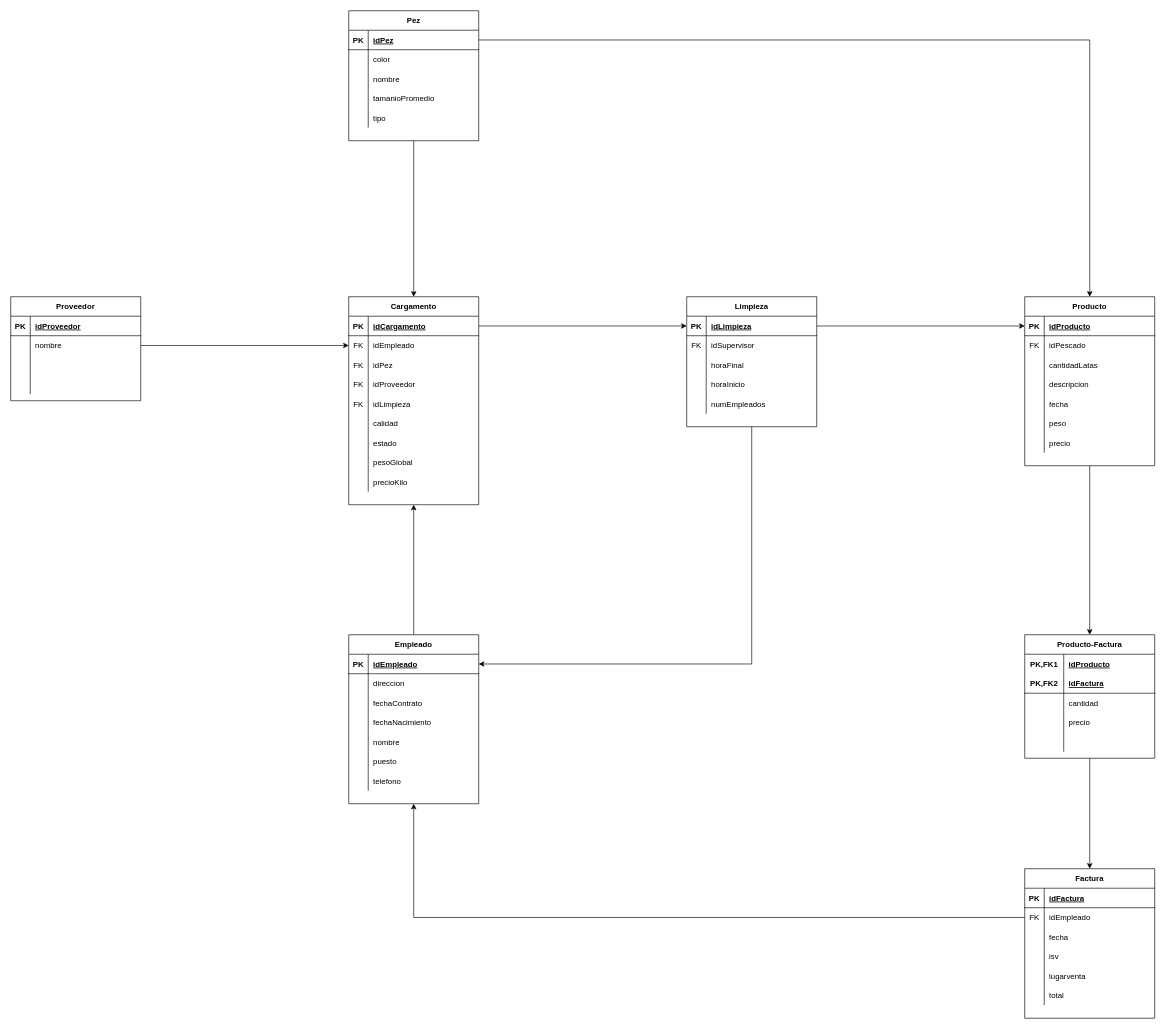
iamchapita/Bodega-Empresa-Pesquera keeps this draw.io diagram as DiagramaProyecto1(Pesquera)/DiagramaProyecto1(Pesquera)R.drawio. Above is the earlier version. Source tidied: cells renumbered, new cells numbered last; positions are measured from the earlier drawing's top-left corner, leaving out a move shared by most shapes. Both pictures are drawn from the tidied source at 65%, with x=0, y=0 at pixel (10, 10).
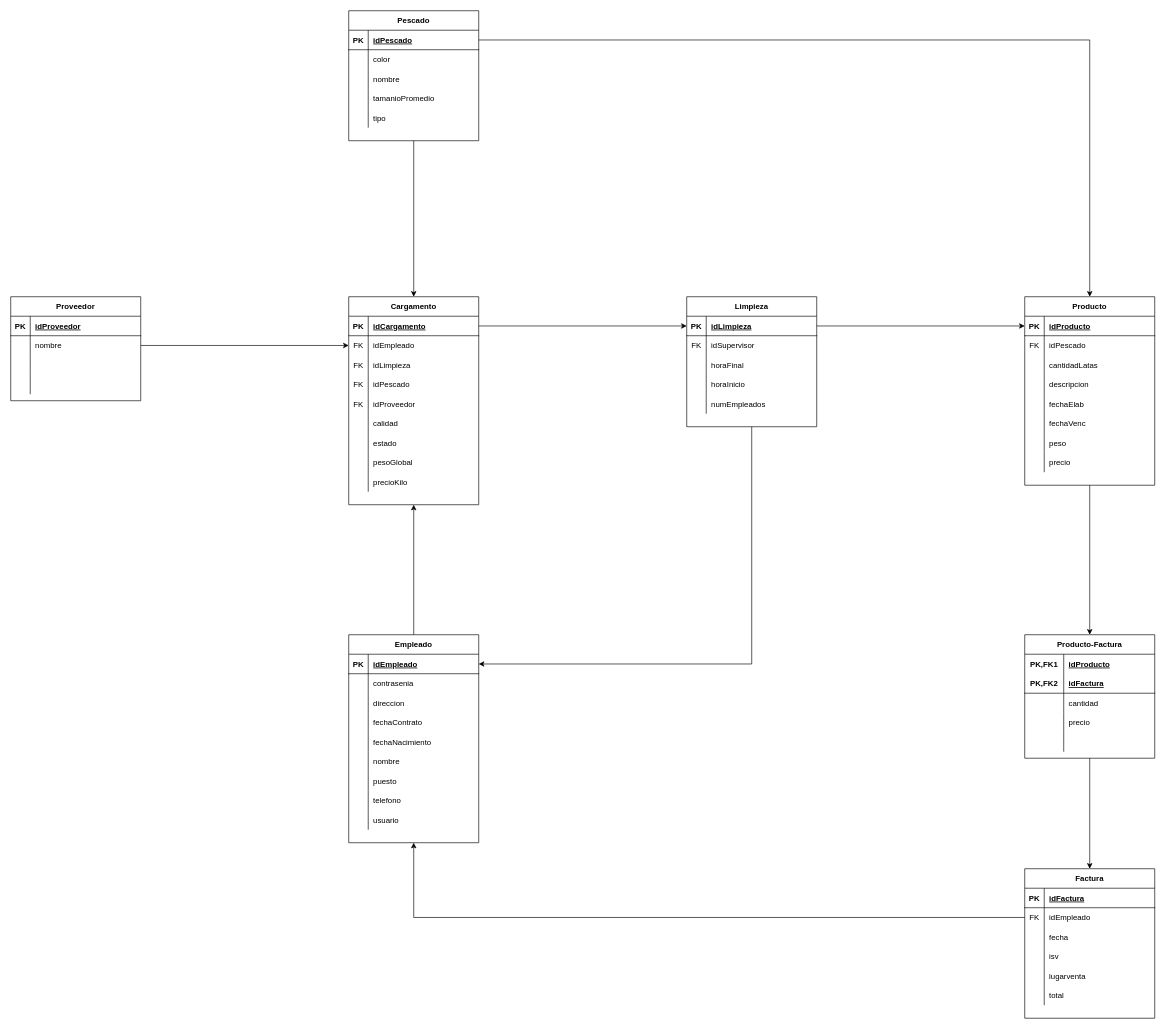
The same diagram, later.

The change refers to these unchanged cells:
```xml
<mxCell id="15" value="Cargamento" style="shape=table;startSize=30;childLayout=tableLayout;rowLines=0;fontStyle=1;align=center;" parent="1" vertex="1">
  <mxGeometry x="520" y="440" width="200" height="320" as="geometry" />
</mxCell>
<mxCell id="46" style="shape=partialRectangle;fillColor=none;top=0;left=0;bottom=1;right=0;points=[[0,0.5],[1,0.5]];portConstraint=eastwest;" parent="45" vertex="1">
  <mxGeometry y="30" width="200" height="30" as="geometry" />
</mxCell>
<mxCell id="66" style="shape=partialRectangle;fillColor=none;top=0;left=0;bottom=0;right=0;" parent="62" vertex="1">
  <mxGeometry y="60" width="200" height="30" as="geometry" />
</mxCell>
<mxCell id="116" style="shape=partialRectangle;fillColor=none;top=0;left=0;bottom=0;right=0;" parent="103" vertex="1">
  <mxGeometry y="150" width="200" height="30" as="geometry" />
</mxCell>
```

Diff of the diagram source:
```diff
@@
+    <mxCell id="28" style="shape=partialRectangle;fillColor=none;top=0;left=0;bottom=0;right=0;" parent="15" vertex="1">
+      <mxGeometry y="90" width="200" height="30" as="geometry" />
+    </mxCell>
+    <mxCell id="29" value="FK" style="shape=partialRectangle;fillColor=none;top=0;left=0;bottom=0;right=0;overflow=hidden;" parent="28" vertex="1">
+      <mxGeometry width="30" height="30" as="geometry" />
+    </mxCell>
+    <mxCell id="30" value="idLimpieza" style="shape=partialRectangle;fillColor=none;top=0;left=0;bottom=0;right=0;align=left;spacingLeft=6;overflow=hidden;" parent="28" vertex="1">
+      <mxGeometry x="30" width="170" height="30" as="geometry" />
+    </mxCell>
     <mxCell id="22" style="shape=partialRectangle;fillColor=none;top=0;left=0;bottom=0;right=0;" parent="15" vertex="1">
-      <mxGeometry y="90" width="200" height="30" as="geometry" />
+      <mxGeometry y="120" width="200" height="30" as="geometry" />
     </mxCell>
@@
-    <mxCell id="24" value="idPez" style="shape=partialRectangle;fillColor=none;top=0;left=0;bottom=0;right=0;align=left;spacingLeft=6;overflow=hidden;" parent="22" vertex="1">
+    <mxCell id="24" value="idPescado" style="shape=partialRectangle;fillColor=none;top=0;left=0;bottom=0;right=0;align=left;spacingLeft=6;overflow=hidden;" parent="22" vertex="1">
       <mxGeometry x="30" width="170" height="30" as="geometry" />
     </mxCell>
     <mxCell id="25" style="shape=partialRectangle;fillColor=none;top=0;left=0;bottom=0;right=0;" parent="15" vertex="1">
-      <mxGeometry y="120" width="200" height="30" as="geometry" />
+      <mxGeometry y="150" width="200" height="30" as="geometry" />
     </mxCell>
@@
-    <mxCell id="28" style="shape=partialRectangle;fillColor=none;top=0;left=0;bottom=0;right=0;" parent="15" vertex="1">
-      <mxGeometry y="150" width="200" height="30" as="geometry" />
-    </mxCell>
-    <mxCell id="29" value="FK" style="shape=partialRectangle;fillColor=none;top=0;left=0;bottom=0;right=0;overflow=hidden;" parent="28" vertex="1">
-      <mxGeometry width="30" height="30" as="geometry" />
-    </mxCell>
-    <mxCell id="30" value="idLimpieza" style="shape=partialRectangle;fillColor=none;top=0;left=0;bottom=0;right=0;align=left;spacingLeft=6;overflow=hidden;" parent="28" vertex="1">
-      <mxGeometry x="30" width="170" height="30" as="geometry" />
-    </mxCell>
@@
-    <mxCell id="45" value="Pez" style="shape=table;startSize=30;childLayout=tableLayout;rowLines=0;fontStyle=1;align=center;" parent="1" vertex="1">
+    <mxCell id="45" value="Pescado" style="shape=table;startSize=30;childLayout=tableLayout;rowLines=0;fontStyle=1;align=center;" parent="1" vertex="1">
       <mxGeometry x="520" width="200" height="200" as="geometry" />
     </mxCell>
@@
-    <mxCell id="48" value="idPez" style="shape=partialRectangle;fillColor=none;top=0;left=0;bottom=0;right=0;align=left;spacingLeft=6;fontStyle=5;overflow=hidden;" parent="46" vertex="1">
+    <mxCell id="48" value="idPescado" style="shape=partialRectangle;fillColor=none;top=0;left=0;bottom=0;right=0;align=left;spacingLeft=6;fontStyle=5;overflow=hidden;" parent="46" vertex="1">
       <mxGeometry x="30" width="170" height="30" as="geometry" />
     </mxCell>
@@
     <mxCell id="62" value="Empleado" style="shape=table;startSize=30;childLayout=tableLayout;rowLines=0;fontStyle=1;align=center;" parent="1" vertex="1">
-      <mxGeometry x="520" y="960" width="200" height="260" as="geometry" />
+      <mxGeometry x="520" y="960" width="200" height="320" as="geometry" />
     </mxCell>
@@
-    <mxCell id="68" value="direccion" style="shape=partialRectangle;fillColor=none;top=0;left=0;bottom=0;right=0;align=left;spacingLeft=6;overflow=hidden;" parent="66" vertex="1">
+    <mxCell id="68" value="contrasenia" style="shape=partialRectangle;fillColor=none;top=0;left=0;bottom=0;right=0;align=left;spacingLeft=6;overflow=hidden;" parent="66" vertex="1">
       <mxGeometry x="30" width="170" height="30" as="geometry" />
     </mxCell>
+    <mxCell id="164" style="shape=partialRectangle;fillColor=none;top=0;left=0;bottom=0;right=0;" parent="62" vertex="1">
+      <mxGeometry y="90" width="200" height="30" as="geometry" />
+    </mxCell>
+    <mxCell id="165" style="shape=partialRectangle;fillColor=none;top=0;left=0;bottom=0;right=0;overflow=hidden;" parent="164" vertex="1">
+      <mxGeometry width="30" height="30" as="geometry" />
+    </mxCell>
+    <mxCell id="166" value="direccion" style="shape=partialRectangle;fillColor=none;top=0;left=0;bottom=0;right=0;align=left;spacingLeft=6;overflow=hidden;" parent="164" vertex="1">
+      <mxGeometry x="30" width="170" height="30" as="geometry" />
+    </mxCell>
     <mxCell id="69" style="shape=partialRectangle;fillColor=none;top=0;left=0;bottom=0;right=0;" parent="62" vertex="1">
-      <mxGeometry y="90" width="200" height="30" as="geometry" />
+      <mxGeometry y="120" width="200" height="30" as="geometry" />
     </mxCell>
@@
     <mxCell id="72" style="shape=partialRectangle;fillColor=none;top=0;left=0;bottom=0;right=0;" parent="62" vertex="1">
-      <mxGeometry y="120" width="200" height="30" as="geometry" />
+      <mxGeometry y="150" width="200" height="30" as="geometry" />
     </mxCell>
@@
     <mxCell id="75" style="shape=partialRectangle;fillColor=none;top=0;left=0;bottom=0;right=0;" parent="62" vertex="1">
-      <mxGeometry y="150" width="200" height="30" as="geometry" />
+      <mxGeometry y="180" width="200" height="30" as="geometry" />
     </mxCell>
@@
     <mxCell id="78" style="shape=partialRectangle;fillColor=none;top=0;left=0;bottom=0;right=0;" parent="62" vertex="1">
-      <mxGeometry y="180" width="200" height="30" as="geometry" />
+      <mxGeometry y="210" width="200" height="30" as="geometry" />
     </mxCell>
@@
     <mxCell id="81" style="shape=partialRectangle;fillColor=none;top=0;left=0;bottom=0;right=0;" parent="62" vertex="1">
-      <mxGeometry y="210" width="200" height="30" as="geometry" />
+      <mxGeometry y="240" width="200" height="30" as="geometry" />
     </mxCell>
@@
+    <mxCell id="167" style="shape=partialRectangle;fillColor=none;top=0;left=0;bottom=0;right=0;" parent="62" vertex="1">
+      <mxGeometry y="270" width="200" height="30" as="geometry" />
+    </mxCell>
+    <mxCell id="168" style="shape=partialRectangle;fillColor=none;top=0;left=0;bottom=0;right=0;overflow=hidden;" parent="167" vertex="1">
+      <mxGeometry width="30" height="30" as="geometry" />
+    </mxCell>
+    <mxCell id="169" value="usuario" style="shape=partialRectangle;fillColor=none;top=0;left=0;bottom=0;right=0;align=left;spacingLeft=6;overflow=hidden;" parent="167" vertex="1">
+      <mxGeometry x="30" width="170" height="30" as="geometry" />
+    </mxCell>
@@
     <mxCell id="103" value="Producto" style="shape=table;startSize=30;childLayout=tableLayout;rowLines=0;fontStyle=1;align=center;" parent="1" vertex="1">
-      <mxGeometry x="1560" y="440" width="200" height="260" as="geometry" />
+      <mxGeometry x="1560" y="440" width="200" height="290" as="geometry" />
     </mxCell>
@@
-    <mxCell id="118" value="fecha" style="shape=partialRectangle;fillColor=none;top=0;left=0;bottom=0;right=0;align=left;spacingLeft=6;overflow=hidden;" parent="116" vertex="1">
+    <mxCell id="118" value="fechaElab" style="shape=partialRectangle;fillColor=none;top=0;left=0;bottom=0;right=0;align=left;spacingLeft=6;overflow=hidden;" parent="116" vertex="1">
       <mxGeometry x="30" width="170" height="30" as="geometry" />
     </mxCell>
+    <mxCell id="170" style="shape=partialRectangle;fillColor=none;top=0;left=0;bottom=0;right=0;" parent="103" vertex="1">
+      <mxGeometry y="180" width="200" height="30" as="geometry" />
+    </mxCell>
+    <mxCell id="171" style="shape=partialRectangle;fillColor=none;top=0;left=0;bottom=0;right=0;overflow=hidden;" parent="170" vertex="1">
+      <mxGeometry width="30" height="30" as="geometry" />
+    </mxCell>
+    <mxCell id="172" value="fechaVenc" style="shape=partialRectangle;fillColor=none;top=0;left=0;bottom=0;right=0;align=left;spacingLeft=6;overflow=hidden;" parent="170" vertex="1">
+      <mxGeometry x="30" width="170" height="30" as="geometry" />
+    </mxCell>
     <mxCell id="119" style="shape=partialRectangle;fillColor=none;top=0;left=0;bottom=0;right=0;" parent="103" vertex="1">
-      <mxGeometry y="180" width="200" height="30" as="geometry" />
+      <mxGeometry y="210" width="200" height="30" as="geometry" />
     </mxCell>
@@
     <mxCell id="122" style="shape=partialRectangle;fillColor=none;top=0;left=0;bottom=0;right=0;" parent="103" vertex="1">
-      <mxGeometry y="210" width="200" height="30" as="geometry" />
+      <mxGeometry y="240" width="200" height="30" as="geometry" />
     </mxCell>
```
